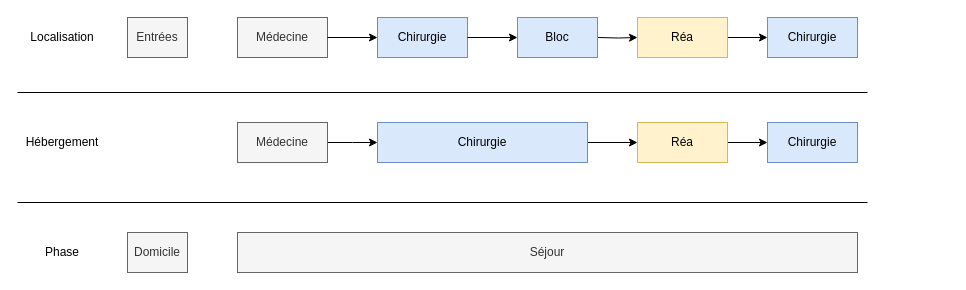
eriam/Diagrammes keeps this draw.io diagram as page "Parcours" (3 of 3) of RUM.drawio. Above is the earlier version. Source tidied: cells renumbered, new cells numbered last; positions are measured from the earlier drawing's top-left corner, leaving out a move shared by most shapes. Both pictures are drawn from the tidied source at 100%, with x=0, y=0 at pixel (17, 17).
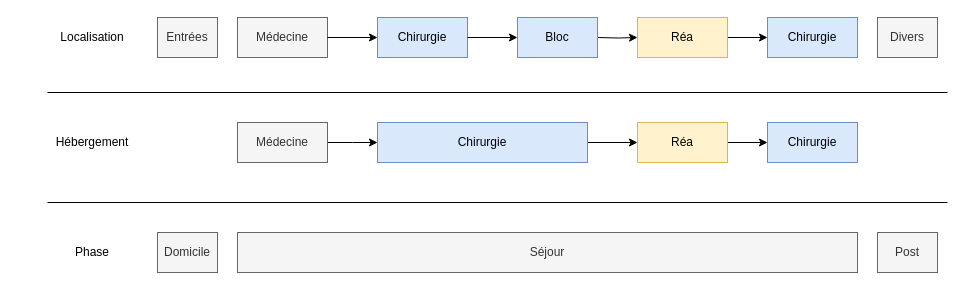
After the change.

Commit message (it also covers changes not shown here):
Mettre à jour RUM.drawio

Change to the diagram source:
```diff
@@
     <mxCell id="9" style="endArrow=none;html=1;rounded=0;" parent="1" edge="1">
       <mxGeometry relative="1" as="geometry">
-        <mxPoint y="75" as="sourcePoint" />
-        <mxPoint x="850" y="75" as="targetPoint" />
+        <mxPoint x="30" y="75" as="sourcePoint" />
+        <mxPoint x="930" y="75" as="targetPoint" />
       </mxGeometry>
     </mxCell>
     <mxCell id="10" value="Hébergement" style="text;html=1;strokeColor=none;fillColor=none;align=center;verticalAlign=middle;whiteSpace=wrap;rounded=0;" parent="1" vertex="1">
-      <mxGeometry y="110" width="90" height="30" as="geometry" />
+      <mxGeometry x="30" y="110" width="90" height="30" as="geometry" />
     </mxCell>
     <mxCell id="11" value="Localisation" style="text;html=1;strokeColor=none;fillColor=none;align=center;verticalAlign=middle;whiteSpace=wrap;rounded=0;" parent="1" vertex="1">
-      <mxGeometry y="5" width="90" height="30" as="geometry" />
+      <mxGeometry x="30" y="5" width="90" height="30" as="geometry" />
     </mxCell>
     <mxCell id="12" value="Entrées" style="rounded=0;whiteSpace=wrap;html=1;fillColor=#f5f5f5;fontColor=#333333;strokeColor=#666666;" parent="1" vertex="1">
-      <mxGeometry x="110" width="60" height="40" as="geometry" />
+      <mxGeometry x="140" width="60" height="40" as="geometry" />
     </mxCell>
@@
     <mxCell id="22" style="endArrow=none;html=1;rounded=0;" parent="1" edge="1">
       <mxGeometry relative="1" as="geometry">
-        <mxPoint y="185" as="sourcePoint" />
-        <mxPoint x="850" y="185" as="targetPoint" />
+        <mxPoint x="30" y="185" as="sourcePoint" />
+        <mxPoint x="930" y="185" as="targetPoint" />
       </mxGeometry>
     </mxCell>
     <mxCell id="23" value="Phase" style="text;html=1;strokeColor=none;fillColor=none;align=center;verticalAlign=middle;whiteSpace=wrap;rounded=0;" parent="1" vertex="1">
-      <mxGeometry y="220" width="90" height="30" as="geometry" />
+      <mxGeometry x="30" y="220" width="90" height="30" as="geometry" />
     </mxCell>
     <mxCell id="24" value="Domicile" style="rounded=0;whiteSpace=wrap;html=1;fillColor=#f5f5f5;fontColor=#333333;strokeColor=#666666;" parent="1" vertex="1">
-      <mxGeometry x="110" y="215" width="60" height="40" as="geometry" />
+      <mxGeometry x="140" y="215" width="60" height="40" as="geometry" />
     </mxCell>
@@
+    <mxCell id="26" value="Post" style="rounded=0;whiteSpace=wrap;html=1;fillColor=#f5f5f5;fontColor=#333333;strokeColor=#666666;" parent="1" vertex="1">
+      <mxGeometry x="860" y="215" width="60" height="40" as="geometry" />
+    </mxCell>
+    <mxCell id="27" value="Divers" style="rounded=0;whiteSpace=wrap;html=1;fillColor=#f5f5f5;fontColor=#333333;strokeColor=#666666;" parent="1" vertex="1">
+      <mxGeometry x="860" width="60" height="40" as="geometry" />
+    </mxCell>
```
